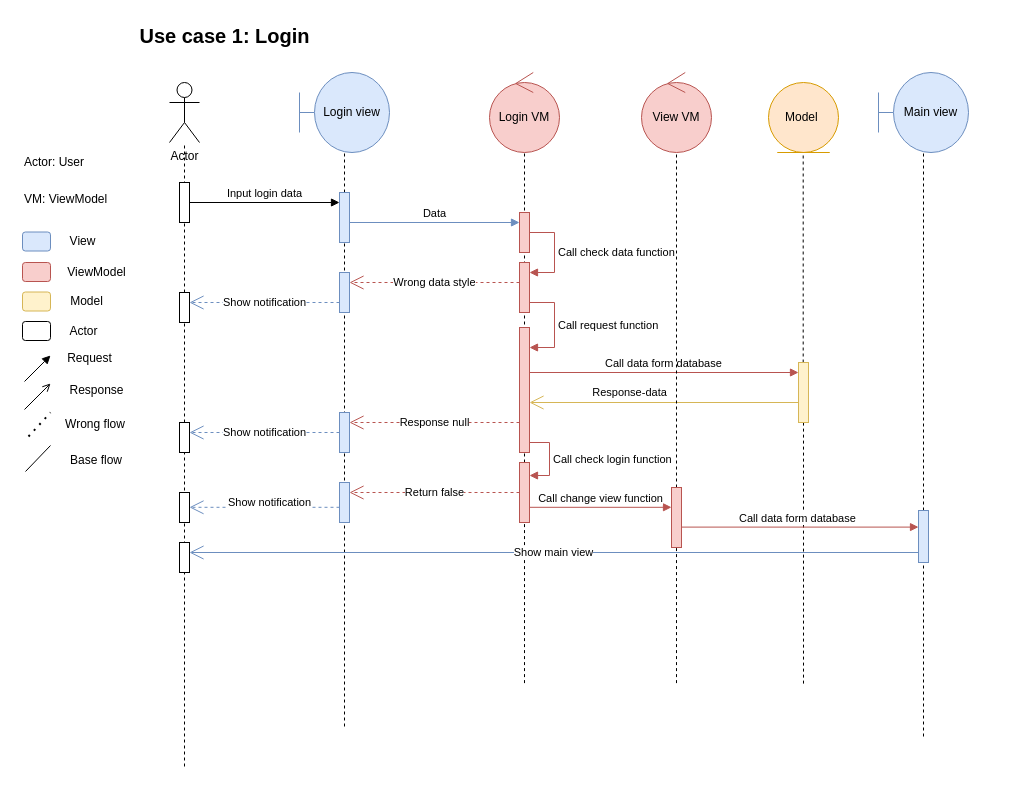
Earlier version of the draw.io diagram page "Login" (3 of 20) of Diagram.drawio (DnhTrn/finall_project). Source tidied: cells renumbered, new cells numbered last; positions are measured from the earlier drawing's top-left corner, leaving out a move shared by most shapes. Both pictures are drawn from the tidied source at 100%, with x=0, y=0 at pixel (21, 17).
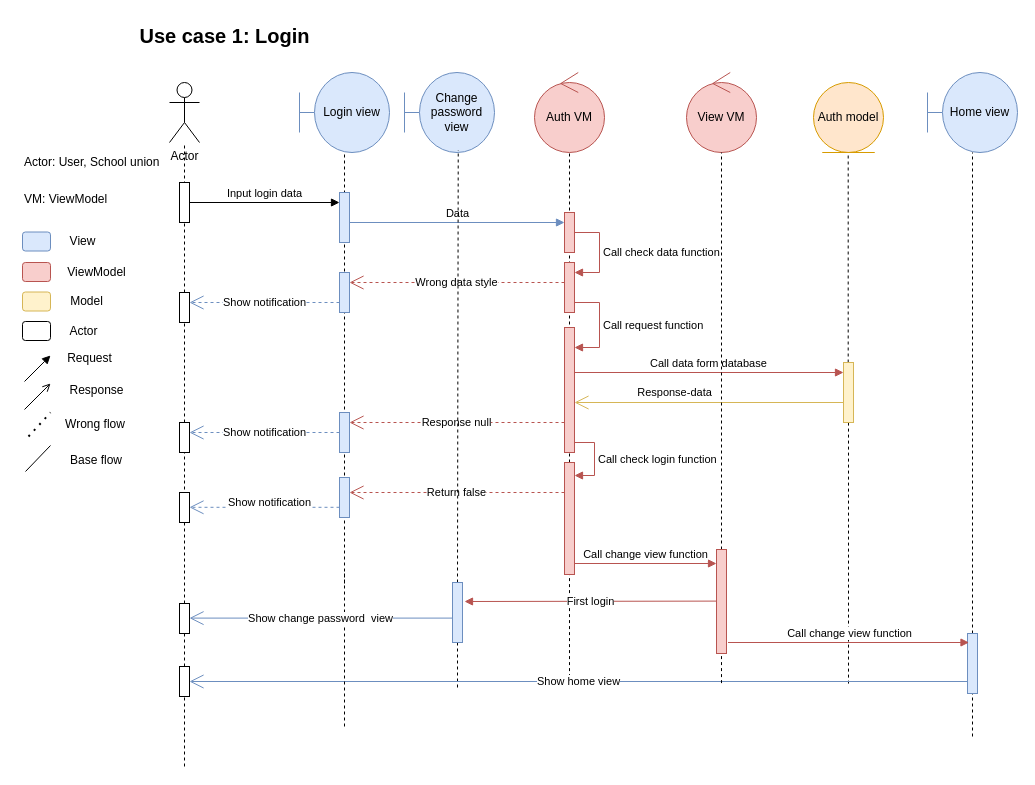
After the change.

Unchanged cells that the change refers to:
```xml
<mxCell id="3" value="Login view" style="shape=umlBoundary;whiteSpace=wrap;html=1;fillColor=#dae8fc;strokeColor=#6c8ebf;" parent="1" vertex="1">
  <mxGeometry x="278" y="55" width="90" height="80" as="geometry" />
</mxCell>
<mxCell id="35" style="html=1;points=[[0,0,0,0,5],[0,1,0,0,-5],[1,0,0,0,5],[1,1,0,0,-5]];perimeter=orthogonalPerimeter;outlineConnect=0;targetShapes=umlLifeline;portConstraint=eastwest;newEdgeStyle={&quot;curved&quot;:0,&quot;rounded&quot;:0};" parent="1" vertex="1">
  <mxGeometry x="158" y="405" width="10" height="30" as="geometry" />
</mxCell>
```

Change to the diagram source:
```diff
@@
+    <mxCell id="72" style="endArrow=none;dashed=1;html=1;rounded=0;" parent="1" edge="1" target="78">
+      <mxGeometry relative="1" as="geometry">
+        <mxPoint x="436" y="670" as="sourcePoint" />
+      </mxGeometry>
+    </mxCell>
@@
-    <mxCell id="4" value="Model&amp;nbsp;" style="ellipse;shape=umlEntity;whiteSpace=wrap;html=1;fillColor=#ffe6cc;strokeColor=#d79b00;" parent="1" vertex="1">
-      <mxGeometry x="747" y="65" width="70" height="70" as="geometry" />
+    <mxCell id="4" value="&lt;font color=&quot;#010203&quot;&gt;Auth model&lt;/font&gt;" style="ellipse;shape=umlEntity;whiteSpace=wrap;html=1;fillColor=#ffe6cc;strokeColor=#d79b00;" parent="1" vertex="1">
+      <mxGeometry x="792" y="65" width="70" height="70" as="geometry" />
     </mxCell>
@@
     <mxCell id="7" style="endArrow=none;dashed=1;html=1;rounded=0;" parent="1" edge="1" source="26">
       <mxGeometry relative="1" as="geometry">
-        <mxPoint x="781.7" y="135" as="targetPoint" />
+        <mxPoint x="826.7" y="135" as="targetPoint" />
       </mxGeometry>
     </mxCell>
     <mxCell id="8" style="endArrow=none;dashed=1;html=1;rounded=0;" parent="1" edge="1" target="3">
       <mxGeometry relative="1" as="geometry">
-        <mxPoint x="323" y="709" as="sourcePoint" />
+        <mxPoint x="323" y="566" as="sourcePoint" />
       </mxGeometry>
     </mxCell>
-    <mxCell id="9" value="Login VM" style="ellipse;shape=umlControl;whiteSpace=wrap;html=1;fillColor=#f8cecc;strokeColor=#b85450;" parent="1" vertex="1">
-      <mxGeometry x="468" y="55" width="70" height="80" as="geometry" />
+    <mxCell id="9" value="Auth VM" style="ellipse;shape=umlControl;whiteSpace=wrap;html=1;fillColor=#f8cecc;strokeColor=#b85450;" parent="1" vertex="1">
+      <mxGeometry x="513" y="55" width="70" height="80" as="geometry" />
     </mxCell>
     <mxCell id="10" style="endArrow=none;dashed=1;html=1;rounded=0;" parent="1" edge="1" source="31">
       <mxGeometry relative="1" as="geometry">
-        <mxPoint x="503" y="135" as="targetPoint" />
+        <mxPoint x="548" y="135" as="targetPoint" />
       </mxGeometry>
     </mxCell>
@@
     <mxCell id="13" style="html=1;points=[[0,0,0,0,5],[0,1,0,0,-5],[1,0,0,0,5],[1,1,0,0,-5]];perimeter=orthogonalPerimeter;outlineConnect=0;targetShapes=umlLifeline;portConstraint=eastwest;newEdgeStyle={&quot;curved&quot;:0,&quot;rounded&quot;:0};fillColor=#f8cecc;strokeColor=#b85450;" parent="1" vertex="1">
-      <mxGeometry x="498" y="195" width="10" height="40" as="geometry" />
+      <mxGeometry x="543" y="195" width="10" height="40" as="geometry" />
     </mxCell>
-    <mxCell id="14" value="Data" style="html=1;verticalAlign=bottom;endArrow=block;curved=0;rounded=0;fillColor=#dae8fc;strokeColor=#6c8ebf;" parent="1" edge="1">
+    <mxCell id="14" value="Data" style="html=1;verticalAlign=bottom;endArrow=block;curved=0;rounded=0;fillColor=#dae8fc;strokeColor=#6c8ebf;" parent="1" edge="1" target="13">
       <mxGeometry relative="1" as="geometry">
         <mxPoint x="328" y="205" as="sourcePoint" />
-        <mxPoint x="498" y="205" as="targetPoint" />
       </mxGeometry>
     </mxCell>
     <mxCell id="15" style="html=1;points=[[0,0,0,0,5],[0,1,0,0,-5],[1,0,0,0,5],[1,1,0,0,-5]];perimeter=orthogonalPerimeter;outlineConnect=0;targetShapes=umlLifeline;portConstraint=eastwest;newEdgeStyle={&quot;curved&quot;:0,&quot;rounded&quot;:0};fillColor=#f8cecc;strokeColor=#b85450;" parent="1" vertex="1">
-      <mxGeometry x="498" y="245" width="10" height="50" as="geometry" />
+      <mxGeometry x="543" y="245" width="10" height="50" as="geometry" />
     </mxCell>
     <mxCell id="16" value="Call check data function&amp;nbsp;" style="html=1;align=left;spacingLeft=2;endArrow=block;rounded=0;edgeStyle=orthogonalEdgeStyle;curved=0;rounded=0;fillColor=#f8cecc;strokeColor=#b85450;" parent="1" edge="1" source="13" target="15">
       <mxGeometry relative="1" as="geometry">
         <Array as="points">
-          <mxPoint x="533" y="215" />
-          <mxPoint x="533" y="255" />
+          <mxPoint x="578" y="215" />
+          <mxPoint x="578" y="255" />
         </Array>
       </mxGeometry>
     </mxCell>
@@
-    <mxCell id="18" value="Wrong data style" style="endArrow=open;endSize=12;dashed=1;html=1;rounded=0;fillColor=#f8cecc;strokeColor=#b85450;" parent="1" edge="1">
+    <mxCell id="18" value="Wrong data style" style="endArrow=open;endSize=12;dashed=1;html=1;rounded=0;fillColor=#f8cecc;strokeColor=#b85450;" parent="1" edge="1" source="15">
       <mxGeometry relative="1" as="geometry">
-        <mxPoint x="498" y="265" as="sourcePoint" />
         <mxPoint x="328" y="265" as="targetPoint" />
       </mxGeometry>
     </mxCell>
@@
     <mxCell id="22" style="html=1;points=[[0,0,0,0,5],[0,1,0,0,-5],[1,0,0,0,5],[1,1,0,0,-5]];perimeter=orthogonalPerimeter;outlineConnect=0;targetShapes=umlLifeline;portConstraint=eastwest;newEdgeStyle={&quot;curved&quot;:0,&quot;rounded&quot;:0};fillColor=#f8cecc;strokeColor=#b85450;" parent="1" vertex="1">
-      <mxGeometry x="498" y="310" width="10" height="125" as="geometry" />
+      <mxGeometry x="543" y="310" width="10" height="125" as="geometry" />
     </mxCell>
     <mxCell id="23" value="Call request function" style="html=1;align=left;spacingLeft=2;endArrow=block;rounded=0;edgeStyle=orthogonalEdgeStyle;curved=0;rounded=0;fillColor=#f8cecc;strokeColor=#b85450;" parent="1" edge="1">
       <mxGeometry relative="1" as="geometry">
-        <mxPoint x="508" y="285" as="sourcePoint" />
-        <mxPoint x="508" y="330" as="targetPoint" />
+        <mxPoint x="553" y="285" as="sourcePoint" />
+        <mxPoint x="553" y="330" as="targetPoint" />
         <Array as="points">
-          <mxPoint x="533" y="285" />
-          <mxPoint x="533" y="330" />
+          <mxPoint x="578" y="285" />
+          <mxPoint x="578" y="330" />
         </Array>
       </mxGeometry>
     </mxCell>
     <mxCell id="24" value="&lt;span style=&quot;text-align: left;&quot;&gt;Call data form&amp;nbsp;&lt;/span&gt;&lt;span style=&quot;text-align: left;&quot;&gt;database&amp;nbsp;&amp;nbsp;&lt;/span&gt;" style="html=1;verticalAlign=bottom;endArrow=block;curved=0;rounded=0;fillColor=#f8cecc;strokeColor=#b85450;" parent="1" edge="1" target="26">
       <mxGeometry x="0.02" relative="1" as="geometry">
-        <mxPoint x="508" y="355" as="sourcePoint" />
+        <mxPoint x="553" y="355" as="sourcePoint" />
       </mxGeometry>
     </mxCell>
     <mxCell id="25" style="endArrow=none;dashed=1;html=1;rounded=0;" parent="1" edge="1" target="26">
       <mxGeometry relative="1" as="geometry">
-        <mxPoint x="782" y="666.1" as="sourcePoint" />
+        <mxPoint x="827" y="666.1" as="sourcePoint" />
       </mxGeometry>
     </mxCell>
     <mxCell id="26" style="html=1;points=[[0,0,0,0,5],[0,1,0,0,-5],[1,0,0,0,5],[1,1,0,0,-5]];perimeter=orthogonalPerimeter;outlineConnect=0;targetShapes=umlLifeline;portConstraint=eastwest;newEdgeStyle={&quot;curved&quot;:0,&quot;rounded&quot;:0};fillColor=#fff2cc;strokeColor=#d6b656;" parent="1" vertex="1">
-      <mxGeometry x="777" y="345" width="10" height="60" as="geometry" />
+      <mxGeometry x="822" y="345" width="10" height="60" as="geometry" />
     </mxCell>
     <mxCell id="27" value="Response-data" style="endArrow=open;endSize=12;html=1;rounded=0;fillColor=#fff2cc;strokeColor=#d6b656;" parent="1" edge="1" source="26">
       <mxGeometry x="0.26" y="-10" relative="1" as="geometry">
-        <mxPoint x="508" y="385" as="targetPoint" />
+        <mxPoint x="553" y="385" as="targetPoint" />
       </mxGeometry>
     </mxCell>
@@
     <mxCell id="29" value="Call check login function" style="html=1;align=left;spacingLeft=2;endArrow=block;rounded=0;edgeStyle=orthogonalEdgeStyle;curved=0;rounded=0;fillColor=#f8cecc;strokeColor=#b85450;" parent="1" edge="1">
       <mxGeometry relative="1" as="geometry">
-        <mxPoint x="508" y="425" as="sourcePoint" />
-        <mxPoint x="508" y="458" as="targetPoint" />
+        <mxPoint x="553" y="425" as="sourcePoint" />
+        <mxPoint x="553" y="458" as="targetPoint" />
         <Array as="points">
-          <mxPoint x="528" y="425" />
-          <mxPoint x="528" y="458" />
+          <mxPoint x="573" y="425" />
+          <mxPoint x="573" y="458" />
         </Array>
       </mxGeometry>
     </mxCell>
     <mxCell id="30" style="endArrow=none;dashed=1;html=1;rounded=0;" parent="1" edge="1" target="31">
       <mxGeometry relative="1" as="geometry">
-        <mxPoint x="503" y="665.6" as="sourcePoint" />
+        <mxPoint x="548" y="665.6" as="sourcePoint" />
       </mxGeometry>
     </mxCell>
     <mxCell id="31" style="html=1;points=[[0,0,0,0,5],[0,1,0,0,-5],[1,0,0,0,5],[1,1,0,0,-5]];perimeter=orthogonalPerimeter;outlineConnect=0;targetShapes=umlLifeline;portConstraint=eastwest;newEdgeStyle={&quot;curved&quot;:0,&quot;rounded&quot;:0};fillColor=#f8cecc;strokeColor=#b85450;" parent="1" vertex="1">
-      <mxGeometry x="498" y="445" width="10" height="60" as="geometry" />
+      <mxGeometry x="543" y="445" width="10" height="112" as="geometry" />
     </mxCell>
-    <mxCell id="32" value="Response null" style="endArrow=open;endSize=12;dashed=1;html=1;rounded=0;fillColor=#f8cecc;strokeColor=#b85450;" parent="1" edge="1">
+    <mxCell id="32" value="Response null" style="endArrow=open;endSize=12;dashed=1;html=1;rounded=0;fillColor=#f8cecc;strokeColor=#b85450;" parent="1" edge="1" source="22">
       <mxGeometry relative="1" as="geometry">
-        <mxPoint x="498" y="405" as="sourcePoint" />
         <mxPoint x="328" y="405" as="targetPoint" />
       </mxGeometry>
     </mxCell>
@@
-    <mxCell id="34" style="endArrow=none;dashed=1;html=1;rounded=0;" parent="1" edge="1" target="35">
-      <mxGeometry relative="1" as="geometry">
-        <mxPoint x="163" y="749" as="sourcePoint" />
-      </mxGeometry>
+    <mxCell id="34" style="endArrow=none;dashed=1;html=1;rounded=0;" parent="1" edge="1" source="45" target="35">
+      <mxGeometry relative="1" as="geometry" />
     </mxCell>
@@
-    <mxCell id="36" style="html=1;perimeter=orthogonalPerimeter;targetShapes=umlLifeline;newEdgeStyle={&quot;curved&quot;:0,&quot;rounded&quot;:0};fillColor=#dae8fc;strokeColor=#6c8ebf;" parent="1" vertex="1">
-      <mxGeometry x="318" y="465" width="10" height="40" as="geometry" />
-    </mxCell>
-    <mxCell id="37" value="Return false" style="endArrow=open;endSize=12;dashed=1;html=1;rounded=0;fillColor=#f8cecc;strokeColor=#b85450;" parent="1" edge="1">
+    <mxCell id="37" value="Return false" style="endArrow=open;endSize=12;dashed=1;html=1;rounded=0;fillColor=#f8cecc;strokeColor=#b85450;" parent="1" edge="1" source="31">
       <mxGeometry relative="1" as="geometry">
-        <mxPoint x="498" y="475" as="sourcePoint" />
         <mxPoint x="328" y="475" as="targetPoint" />
       </mxGeometry>
     </mxCell>
@@
-    <mxCell id="40" value="Main view" style="shape=umlBoundary;whiteSpace=wrap;html=1;fillColor=#dae8fc;strokeColor=#6c8ebf;" parent="1" vertex="1">
-      <mxGeometry x="857" y="55" width="90" height="80" as="geometry" />
+    <mxCell id="40" value="Home view" style="shape=umlBoundary;whiteSpace=wrap;html=1;fillColor=#dae8fc;strokeColor=#6c8ebf;" parent="1" vertex="1">
+      <mxGeometry x="906" y="55" width="90" height="80" as="geometry" />
     </mxCell>
@@
-    <mxCell id="42" value="&lt;div style=&quot;text-align: left;&quot;&gt;Call change view function&lt;/div&gt;" style="html=1;verticalAlign=bottom;endArrow=block;curved=0;rounded=0;fillColor=#f8cecc;strokeColor=#b85450;" parent="1" edge="1" target="50">
+    <mxCell id="42" value="&lt;div style=&quot;text-align: left;&quot;&gt;Call change view function&lt;/div&gt;" style="html=1;verticalAlign=bottom;endArrow=block;curved=0;rounded=0;fillColor=#f8cecc;strokeColor=#b85450;" parent="1" edge="1">
       <mxGeometry relative="1" as="geometry">
-        <mxPoint x="508" y="489.8" as="sourcePoint" />
+        <mxPoint x="553" y="546" as="sourcePoint" />
+        <mxPoint x="695" y="546" as="targetPoint" />
       </mxGeometry>
     </mxCell>
     <mxCell id="43" style="endArrow=none;dashed=1;html=1;rounded=0;" parent="1" edge="1" target="44">
       <mxGeometry relative="1" as="geometry">
-        <mxPoint x="902" y="719" as="sourcePoint" />
+        <mxPoint x="951" y="719" as="sourcePoint" />
       </mxGeometry>
     </mxCell>
     <mxCell id="44" style="html=1;points=[[0,0,0,0,5],[0,1,0,0,-5],[1,0,0,0,5],[1,1,0,0,-5]];perimeter=orthogonalPerimeter;outlineConnect=0;targetShapes=umlLifeline;portConstraint=eastwest;newEdgeStyle={&quot;curved&quot;:0,&quot;rounded&quot;:0};fillColor=#dae8fc;strokeColor=#6c8ebf;" parent="1" vertex="1">
-      <mxGeometry x="897" y="493" width="10" height="52" as="geometry" />
+      <mxGeometry x="946" y="616" width="10" height="60" as="geometry" />
     </mxCell>
-    <mxCell id="45" style="html=1;points=[[0,0,0,0,5],[0,1,0,0,-5],[1,0,0,0,5],[1,1,0,0,-5]];perimeter=orthogonalPerimeter;outlineConnect=0;targetShapes=umlLifeline;portConstraint=eastwest;newEdgeStyle={&quot;curved&quot;:0,&quot;rounded&quot;:0};" parent="1" vertex="1">
-      <mxGeometry x="158" y="525" width="10" height="30" as="geometry" />
-    </mxCell>
-    <mxCell id="46" value="Show main view" style="endArrow=open;endSize=12;html=1;rounded=0;fillColor=#dae8fc;strokeColor=#6c8ebf;" parent="1" edge="1" source="44">
+    <mxCell id="46" value="Show home view" style="endArrow=open;endSize=12;html=1;rounded=0;fillColor=#dae8fc;strokeColor=#6c8ebf;" parent="1" edge="1">
       <mxGeometry relative="1" as="geometry">
-        <mxPoint x="168" y="535" as="targetPoint" />
+        <mxPoint x="946" y="664" as="sourcePoint" />
+        <mxPoint x="168" y="664" as="targetPoint" />
       </mxGeometry>
     </mxCell>
     <mxCell id="47" value="View VM" style="ellipse;shape=umlControl;whiteSpace=wrap;html=1;fillColor=#f8cecc;strokeColor=#b85450;" parent="1" vertex="1">
-      <mxGeometry x="620" y="55" width="70" height="80" as="geometry" />
+      <mxGeometry x="665" y="55" width="70" height="80" as="geometry" />
     </mxCell>
     <mxCell id="48" style="endArrow=none;dashed=1;html=1;rounded=0;" parent="1" edge="1" source="50">
       <mxGeometry relative="1" as="geometry">
-        <mxPoint x="655" y="135" as="targetPoint" />
+        <mxPoint x="700" y="135" as="targetPoint" />
       </mxGeometry>
     </mxCell>
     <mxCell id="49" style="endArrow=none;dashed=1;html=1;rounded=0;" parent="1" edge="1" target="50">
       <mxGeometry relative="1" as="geometry">
-        <mxPoint x="655" y="665.6" as="sourcePoint" />
+        <mxPoint x="700" y="665.6" as="sourcePoint" />
       </mxGeometry>
     </mxCell>
     <mxCell id="50" style="html=1;points=[[0,0,0,0,5],[0,1,0,0,-5],[1,0,0,0,5],[1,1,0,0,-5]];perimeter=orthogonalPerimeter;outlineConnect=0;targetShapes=umlLifeline;portConstraint=eastwest;newEdgeStyle={&quot;curved&quot;:0,&quot;rounded&quot;:0};fillColor=#f8cecc;strokeColor=#b85450;" parent="1" vertex="1">
-      <mxGeometry x="650" y="470" width="10" height="60" as="geometry" />
+      <mxGeometry x="695" y="532" width="10" height="104" as="geometry" />
     </mxCell>
-    <mxCell id="51" value="&lt;span style=&quot;text-align: left;&quot;&gt;Call data form&amp;nbsp;&lt;/span&gt;&lt;span style=&quot;text-align: left;&quot;&gt;database&amp;nbsp;&amp;nbsp;&lt;/span&gt;" style="html=1;verticalAlign=bottom;endArrow=block;curved=0;rounded=0;fillColor=#f8cecc;strokeColor=#b85450;" parent="1" edge="1">
-      <mxGeometry relative="1" as="geometry">
-        <mxPoint x="660" y="509.6" as="sourcePoint" />
-        <mxPoint x="897" y="509.6" as="targetPoint" />
-      </mxGeometry>
-    </mxCell>
@@
-    <mxCell id="65" value="&lt;div style=&quot;&quot;&gt;&lt;span style=&quot;background-color: initial;&quot;&gt;Actor: User&lt;/span&gt;&lt;/div&gt;" style="text;html=1;align=left;verticalAlign=middle;whiteSpace=wrap;rounded=0;" parent="1" vertex="1">
-      <mxGeometry x="1" y="130" width="89" height="30" as="geometry" />
+    <mxCell id="65" value="&lt;div style=&quot;&quot;&gt;&lt;span style=&quot;background-color: initial;&quot;&gt;Actor: User, School union&lt;/span&gt;&lt;/div&gt;" style="text;html=1;align=left;verticalAlign=middle;whiteSpace=wrap;rounded=0;" parent="1" vertex="1">
+      <mxGeometry x="1" y="130" width="139" height="30" as="geometry" />
     </mxCell>
@@
+    <mxCell id="73" style="endArrow=none;dashed=1;html=1;rounded=0;" parent="1" edge="1" source="83" target="45">
+      <mxGeometry relative="1" as="geometry" />
+    </mxCell>
+    <mxCell id="45" style="html=1;points=[[0,0,0,0,5],[0,1,0,0,-5],[1,0,0,0,5],[1,1,0,0,-5]];perimeter=orthogonalPerimeter;outlineConnect=0;targetShapes=umlLifeline;portConstraint=eastwest;newEdgeStyle={&quot;curved&quot;:0,&quot;rounded&quot;:0};" parent="1" vertex="1">
+      <mxGeometry x="158" y="586" width="10" height="30" as="geometry" />
+    </mxCell>
+    <mxCell id="74" style="endArrow=none;dashed=1;html=1;rounded=0;" parent="1" edge="1">
+      <mxGeometry relative="1" as="geometry">
+        <mxPoint x="323" y="709" as="sourcePoint" />
+        <mxPoint x="323" y="553" as="targetPoint" />
+      </mxGeometry>
+    </mxCell>
+    <mxCell id="75" style="html=1;perimeter=orthogonalPerimeter;targetShapes=umlLifeline;newEdgeStyle={&quot;curved&quot;:0,&quot;rounded&quot;:0};fillColor=#dae8fc;strokeColor=#6c8ebf;" parent="1" vertex="1">
+      <mxGeometry x="318" y="460" width="10" height="40" as="geometry" />
+    </mxCell>
+    <mxCell id="76" value="Change password view" style="shape=umlBoundary;whiteSpace=wrap;html=1;fillColor=#dae8fc;strokeColor=#6c8ebf;" parent="1" vertex="1">
+      <mxGeometry x="383" y="55" width="90" height="80" as="geometry" />
+    </mxCell>
+    <mxCell id="77" style="endArrow=none;dashed=1;html=1;rounded=0;exitX=0.5;exitY=0;exitDx=0;exitDy=0;exitPerimeter=0;entryX=0.597;entryY=0.97;entryDx=0;entryDy=0;entryPerimeter=0;" parent="1" edge="1" source="78" target="76">
+      <mxGeometry relative="1" as="geometry" />
+    </mxCell>
+    <mxCell id="78" style="html=1;points=[[0,0,0,0,5],[0,1,0,0,-5],[1,0,0,0,5],[1,1,0,0,-5]];perimeter=orthogonalPerimeter;outlineConnect=0;targetShapes=umlLifeline;portConstraint=eastwest;newEdgeStyle={&quot;curved&quot;:0,&quot;rounded&quot;:0};fillColor=#dae8fc;strokeColor=#6c8ebf;" parent="1" vertex="1">
+      <mxGeometry x="431" y="565" width="10" height="60" as="geometry" />
+    </mxCell>
+    <mxCell id="79" value="First login" style="endArrow=block;html=1;rounded=0;fillColor=#f8cecc;strokeColor=#b85450;endFill=1;" parent="1" edge="1">
+      <mxGeometry relative="1" as="geometry">
+        <mxPoint x="695" y="583.6" as="sourcePoint" />
+        <mxPoint x="443" y="584" as="targetPoint" />
+      </mxGeometry>
+    </mxCell>
+    <mxCell id="80" value="Show change password&amp;nbsp; view" style="endArrow=open;endSize=12;html=1;rounded=0;fillColor=#dae8fc;strokeColor=#6c8ebf;" parent="1" edge="1">
+      <mxGeometry relative="1" as="geometry">
+        <mxPoint x="431" y="600.6" as="sourcePoint" />
+        <mxPoint x="168" y="600.6" as="targetPoint" />
+      </mxGeometry>
+    </mxCell>
+    <mxCell id="81" value="&lt;div style=&quot;text-align: left;&quot;&gt;Call change view function&lt;/div&gt;" style="html=1;verticalAlign=bottom;endArrow=block;curved=0;rounded=0;fillColor=#f8cecc;strokeColor=#b85450;" parent="1" edge="1">
+      <mxGeometry relative="1" as="geometry">
+        <mxPoint x="706.5" y="625" as="sourcePoint" />
+        <mxPoint x="947.5" y="625" as="targetPoint" />
+      </mxGeometry>
+    </mxCell>
+    <mxCell id="82" style="endArrow=none;dashed=1;html=1;rounded=0;" parent="1" edge="1" target="83">
+      <mxGeometry relative="1" as="geometry">
+        <mxPoint x="163" y="749" as="sourcePoint" />
+      </mxGeometry>
+    </mxCell>
+    <mxCell id="83" style="html=1;points=[[0,0,0,0,5],[0,1,0,0,-5],[1,0,0,0,5],[1,1,0,0,-5]];perimeter=orthogonalPerimeter;outlineConnect=0;targetShapes=umlLifeline;portConstraint=eastwest;newEdgeStyle={&quot;curved&quot;:0,&quot;rounded&quot;:0};" parent="1" vertex="1">
+      <mxGeometry x="158" y="649" width="10" height="30" as="geometry" />
+    </mxCell>
```
